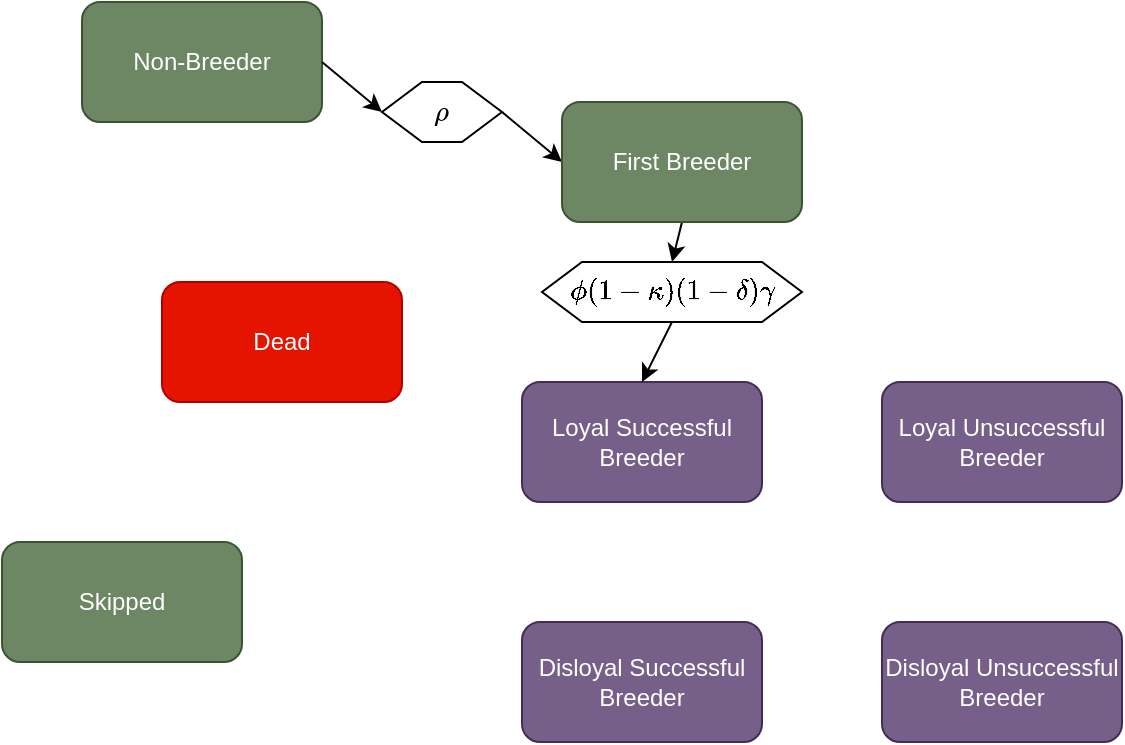
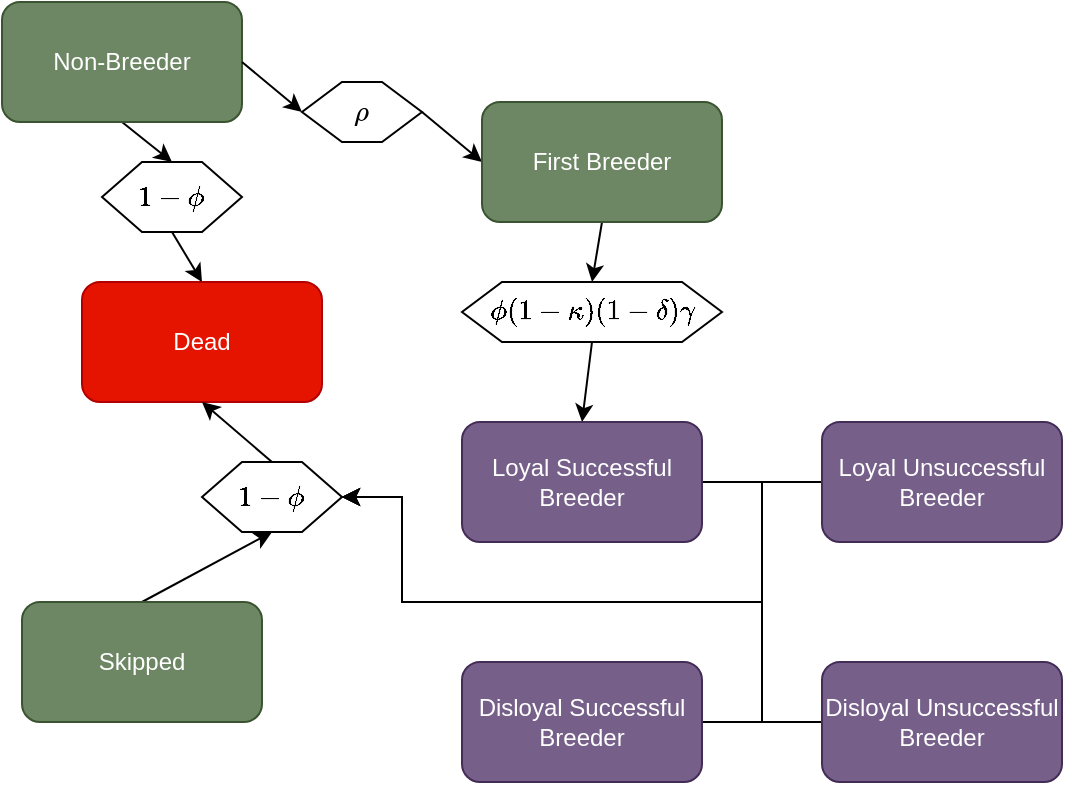
<mxfile host="app.diagrams.net">
  <diagram name="Page-1" id="wUDSlnhzwO5cUAxV7Eql">
    <mxGraphModel dx="975" dy="537" grid="1" gridSize="10" guides="1" tooltips="1" connect="1" arrows="1" fold="1" page="1" pageScale="1" pageWidth="827" pageHeight="1169" math="1" shadow="0">
      <root>
        <mxCell id="0" />
        <mxCell id="1" parent="0" />
        <mxCell id="mwtGU6Sjf1rz2MGoIkJN-2" edge="1" parent="1" source="tVhyMGcHDWt4PqgZy7Cu-4" style="rounded=0;orthogonalLoop=1;jettySize=auto;html=1;exitX=1;exitY=0.5;exitDx=0;exitDy=0;entryX=0;entryY=0.5;entryDx=0;entryDy=0;" target="S9xtnQWW3qivG_twg9RA-2">
+           <mxGeometry relative="1" as="geometry" />
+         </mxCell>
+         <mxCell id="8mVhG8jZS7YlUzpaBMen-4" edge="1" parent="1" source="S9xtnQWW3qivG_twg9RA-1" style="rounded=0;orthogonalLoop=1;jettySize=auto;html=1;exitX=0.5;exitY=1;exitDx=0;exitDy=0;entryX=0.5;entryY=0;entryDx=0;entryDy=0;" target="8mVhG8jZS7YlUzpaBMen-3">
          <mxGeometry relative="1" as="geometry" />
        </mxCell>
        <mxCell id="S9xtnQWW3qivG_twg9RA-1" parent="1" style="rounded=1;whiteSpace=wrap;html=1;fillColor=#6d8764;fontColor=#ffffff;strokeColor=#3A5431;" value="Non-Breeder" vertex="1">
          <mxGeometry height="60" width="120" x="80" y="40" as="geometry" />
        </mxCell>
        <mxCell id="tVhyMGcHDWt4PqgZy7Cu-1" edge="1" parent="1" source="S9xtnQWW3qivG_twg9RA-2" style="rounded=0;orthogonalLoop=1;jettySize=auto;html=1;exitX=0.5;exitY=1;exitDx=0;exitDy=0;entryX=0.5;entryY=0;entryDx=0;entryDy=0;" target="tVhyMGcHDWt4PqgZy7Cu-6">
          <mxGeometry relative="1" as="geometry" />
        </mxCell>
        <mxCell id="S9xtnQWW3qivG_twg9RA-2" parent="1" style="rounded=1;whiteSpace=wrap;html=1;fillColor=#6d8764;fontColor=#ffffff;strokeColor=#3A5431;" value="First Breeder" vertex="1">
          <mxGeometry height="60" width="120" x="320" y="90" as="geometry" />
        </mxCell>
+         <mxCell id="8mVhG8jZS7YlUzpaBMen-15" edge="1" parent="1" source="S9xtnQWW3qivG_twg9RA-3" style="edgeStyle=orthogonalEdgeStyle;rounded=0;orthogonalLoop=1;jettySize=auto;html=1;exitX=1;exitY=0.5;exitDx=0;exitDy=0;entryX=1;entryY=0.5;entryDx=0;entryDy=0;" target="8mVhG8jZS7YlUzpaBMen-6">
+           <mxGeometry relative="1" as="geometry">
+             <Array as="points">
+               <mxPoint x="460" y="280" />
+               <mxPoint x="460" y="340" />
+               <mxPoint x="280" y="340" />
+               <mxPoint x="280" y="288" />
+             </Array>
+           </mxGeometry>
+         </mxCell>
        <mxCell id="S9xtnQWW3qivG_twg9RA-3" parent="1" style="rounded=1;whiteSpace=wrap;html=1;fillColor=#76608a;strokeColor=#432D57;fontColor=#ffffff;" value="Loyal Successful Breeder" vertex="1">
-           <mxGeometry height="60" width="120" x="300" y="230" as="geometry" />
+           <mxGeometry height="60" width="120" x="310" y="250" as="geometry" />
+         </mxCell>
+         <mxCell id="8mVhG8jZS7YlUzpaBMen-19" edge="1" parent="1" source="S9xtnQWW3qivG_twg9RA-4" style="edgeStyle=orthogonalEdgeStyle;rounded=0;orthogonalLoop=1;jettySize=auto;html=1;exitX=1;exitY=0.5;exitDx=0;exitDy=0;entryX=1;entryY=0.5;entryDx=0;entryDy=0;" target="8mVhG8jZS7YlUzpaBMen-6">
+           <mxGeometry relative="1" as="geometry">
+             <Array as="points">
+               <mxPoint x="460" y="400" />
+               <mxPoint x="460" y="340" />
+               <mxPoint x="280" y="340" />
+               <mxPoint x="280" y="288" />
+             </Array>
+           </mxGeometry>
        </mxCell>
        <mxCell id="S9xtnQWW3qivG_twg9RA-4" parent="1" style="rounded=1;whiteSpace=wrap;html=1;fillColor=#76608a;strokeColor=#432D57;fontColor=#ffffff;" value="Disloyal Successful Breeder" vertex="1">
-           <mxGeometry height="60" width="120" x="300" y="350" as="geometry" />
+           <mxGeometry height="60" width="120" x="310" y="370" as="geometry" />
+         </mxCell>
+         <mxCell id="8mVhG8jZS7YlUzpaBMen-16" edge="1" parent="1" source="S9xtnQWW3qivG_twg9RA-5" style="edgeStyle=orthogonalEdgeStyle;rounded=0;orthogonalLoop=1;jettySize=auto;html=1;exitX=0;exitY=0.5;exitDx=0;exitDy=0;entryX=1;entryY=0.5;entryDx=0;entryDy=0;" target="8mVhG8jZS7YlUzpaBMen-6">
+           <mxGeometry relative="1" as="geometry">
+             <Array as="points">
+               <mxPoint x="460" y="280" />
+               <mxPoint x="460" y="340" />
+               <mxPoint x="280" y="340" />
+               <mxPoint x="280" y="288" />
+             </Array>
+           </mxGeometry>
        </mxCell>
        <mxCell id="S9xtnQWW3qivG_twg9RA-5" parent="1" style="rounded=1;whiteSpace=wrap;html=1;fillColor=#76608a;strokeColor=#432D57;fontColor=#ffffff;" value="Loyal Unsuccessful Breeder" vertex="1">
-           <mxGeometry height="60" width="120" x="480" y="230" as="geometry" />
+           <mxGeometry height="60" width="120" x="490" y="250" as="geometry" />
+         </mxCell>
+         <mxCell id="8mVhG8jZS7YlUzpaBMen-18" edge="1" parent="1" source="S9xtnQWW3qivG_twg9RA-6" style="edgeStyle=orthogonalEdgeStyle;rounded=0;orthogonalLoop=1;jettySize=auto;html=1;exitX=0;exitY=0.5;exitDx=0;exitDy=0;entryX=1;entryY=0.5;entryDx=0;entryDy=0;" target="8mVhG8jZS7YlUzpaBMen-6">
+           <mxGeometry relative="1" as="geometry">
+             <Array as="points">
+               <mxPoint x="460" y="400" />
+               <mxPoint x="460" y="340" />
+               <mxPoint x="280" y="340" />
+               <mxPoint x="280" y="288" />
+             </Array>
+           </mxGeometry>
        </mxCell>
        <mxCell id="S9xtnQWW3qivG_twg9RA-6" parent="1" style="rounded=1;whiteSpace=wrap;html=1;fillColor=#76608a;strokeColor=#432D57;fontColor=#ffffff;" value="Disloyal Unsuccessful Breeder" vertex="1">
-           <mxGeometry height="60" width="120" x="480" y="350" as="geometry" />
+           <mxGeometry height="60" width="120" x="490" y="370" as="geometry" />
+         </mxCell>
+         <mxCell id="8mVhG8jZS7YlUzpaBMen-7" edge="1" parent="1" source="S9xtnQWW3qivG_twg9RA-7" style="rounded=0;orthogonalLoop=1;jettySize=auto;html=1;exitX=0.5;exitY=0;exitDx=0;exitDy=0;entryX=0.5;entryY=1;entryDx=0;entryDy=0;" target="8mVhG8jZS7YlUzpaBMen-6">
+           <mxGeometry relative="1" as="geometry" />
        </mxCell>
        <mxCell id="S9xtnQWW3qivG_twg9RA-7" parent="1" style="rounded=1;whiteSpace=wrap;html=1;fillColor=#6d8764;fontColor=#ffffff;strokeColor=#3A5431;" value="Skipped" vertex="1">
-           <mxGeometry height="60" width="120" x="40" y="310" as="geometry" />
+           <mxGeometry height="60" width="120" x="90" y="340" as="geometry" />
        </mxCell>
        <mxCell id="S9xtnQWW3qivG_twg9RA-8" parent="1" style="rounded=1;whiteSpace=wrap;html=1;fillColor=#e51400;fontColor=#ffffff;strokeColor=#B20000;" value="Dead" vertex="1">
          <mxGeometry height="60" width="120" x="120" y="180" as="geometry" />
        </mxCell>
        <mxCell id="tVhyMGcHDWt4PqgZy7Cu-5" edge="1" parent="1" source="S9xtnQWW3qivG_twg9RA-1" style="rounded=0;orthogonalLoop=1;jettySize=auto;html=1;exitX=1;exitY=0.5;exitDx=0;exitDy=0;entryX=0;entryY=0.5;entryDx=0;entryDy=0;" target="tVhyMGcHDWt4PqgZy7Cu-4" value="">
          <mxGeometry relative="1" as="geometry">
            <mxPoint x="200" y="70" as="sourcePoint" />
            <mxPoint x="320" y="120" as="targetPoint" />
          </mxGeometry>
        </mxCell>
        <mxCell id="tVhyMGcHDWt4PqgZy7Cu-4" parent="1" style="shape=hexagon;perimeter=hexagonPerimeter2;whiteSpace=wrap;html=1;fixedSize=1;" value="&lt;svg style=&quot;vertical-align: -0.489ex;&quot; xmlns=&quot;http://www.w3.org/2000/svg&quot; width=&quot;1.17ex&quot; height=&quot;1.489ex&quot; role=&quot;img&quot; viewBox=&quot;0 -442 517 658&quot; xmlns:xlink=&quot;http://www.w3.org/1999/xlink&quot;&gt;&lt;defs&gt;&lt;path id=&quot;MJX-2-TEX-I-1D70C&quot; d=&quot;M58-216C70-216 82-211 92-202C103-191 101-195 133-71L160 41C184 12 204-10 255-10L266-10C277-10 284-9 300-5C420 26 510 161 510 276C510 365 462 423 393 439C385 441 371 442 359 442C352 442 346 441 341 441C284 432 227 396 182 341C161 313 137 268 127 234C124 228 23-172 23-186C24-204 38-216 58-216M424 322C424 275 404 210 393 169C378 118 361 87 334 62C311 39 286 26 260 26C216 26 186 56 176 102L193 170C214 256 219 273 231 300C259 362 311 405 357 405C402 405 424 370 424 322Z&quot;&gt;&lt;/path&gt;&lt;/defs&gt;&lt;g stroke=&quot;currentColor&quot; fill=&quot;currentColor&quot; stroke-width=&quot;0&quot; transform=&quot;scale(1,-1)&quot;&gt;&lt;g data-mml-node=&quot;math&quot; data-latex=&quot;\rho&quot;&gt;&lt;g data-mml-node=&quot;mi&quot; data-latex=&quot;\rho&quot;&gt;&lt;use data-c=&quot;1D70C&quot; xlink:href=&quot;#MJX-2-TEX-I-1D70C&quot;&gt;&lt;/use&gt;&lt;/g&gt;&lt;/g&gt;&lt;/g&gt;&lt;/svg&gt;" vertex="1">
          <mxGeometry height="30" width="60" x="230" y="80" as="geometry" />
        </mxCell>
        <mxCell id="tVhyMGcHDWt4PqgZy7Cu-7" edge="1" parent="1" source="tVhyMGcHDWt4PqgZy7Cu-6" style="rounded=0;orthogonalLoop=1;jettySize=auto;html=1;exitX=0.5;exitY=1;exitDx=0;exitDy=0;entryX=0.5;entryY=0;entryDx=0;entryDy=0;" target="S9xtnQWW3qivG_twg9RA-3">
          <mxGeometry relative="1" as="geometry" />
        </mxCell>
        <mxCell id="tVhyMGcHDWt4PqgZy7Cu-6" parent="1" style="shape=hexagon;perimeter=hexagonPerimeter2;whiteSpace=wrap;html=1;fixedSize=1;" value="&lt;div&gt;$$\phi(1-\kappa)(1-\delta)\gamma$$&lt;/div&gt;" vertex="1">
-           <mxGeometry height="30" width="130" x="310" y="170" as="geometry" />
+           <mxGeometry height="30" width="130" x="310" y="180" as="geometry" />
+         </mxCell>
+         <mxCell id="8mVhG8jZS7YlUzpaBMen-5" edge="1" parent="1" source="8mVhG8jZS7YlUzpaBMen-3" style="rounded=0;orthogonalLoop=1;jettySize=auto;html=1;exitX=0.5;exitY=1;exitDx=0;exitDy=0;entryX=0.5;entryY=0;entryDx=0;entryDy=0;" target="S9xtnQWW3qivG_twg9RA-8">
+           <mxGeometry relative="1" as="geometry" />
+         </mxCell>
+         <mxCell id="8mVhG8jZS7YlUzpaBMen-3" parent="1" style="shape=hexagon;perimeter=hexagonPerimeter2;whiteSpace=wrap;html=1;fixedSize=1;" value="$$1-\phi$$" vertex="1">
+           <mxGeometry height="35" width="70" x="130" y="120" as="geometry" />
+         </mxCell>
+         <mxCell id="8mVhG8jZS7YlUzpaBMen-8" edge="1" parent="1" source="8mVhG8jZS7YlUzpaBMen-6" style="rounded=0;orthogonalLoop=1;jettySize=auto;html=1;exitX=0.5;exitY=0;exitDx=0;exitDy=0;entryX=0.5;entryY=1;entryDx=0;entryDy=0;" target="S9xtnQWW3qivG_twg9RA-8">
+           <mxGeometry relative="1" as="geometry" />
+         </mxCell>
+         <mxCell id="8mVhG8jZS7YlUzpaBMen-6" parent="1" style="shape=hexagon;perimeter=hexagonPerimeter2;whiteSpace=wrap;html=1;fixedSize=1;" value="$$1-\phi$$" vertex="1">
+           <mxGeometry height="35" width="70" x="180" y="270" as="geometry" />
        </mxCell>
      </root>
    </mxGraphModel>
  </diagram>
</mxfile>
